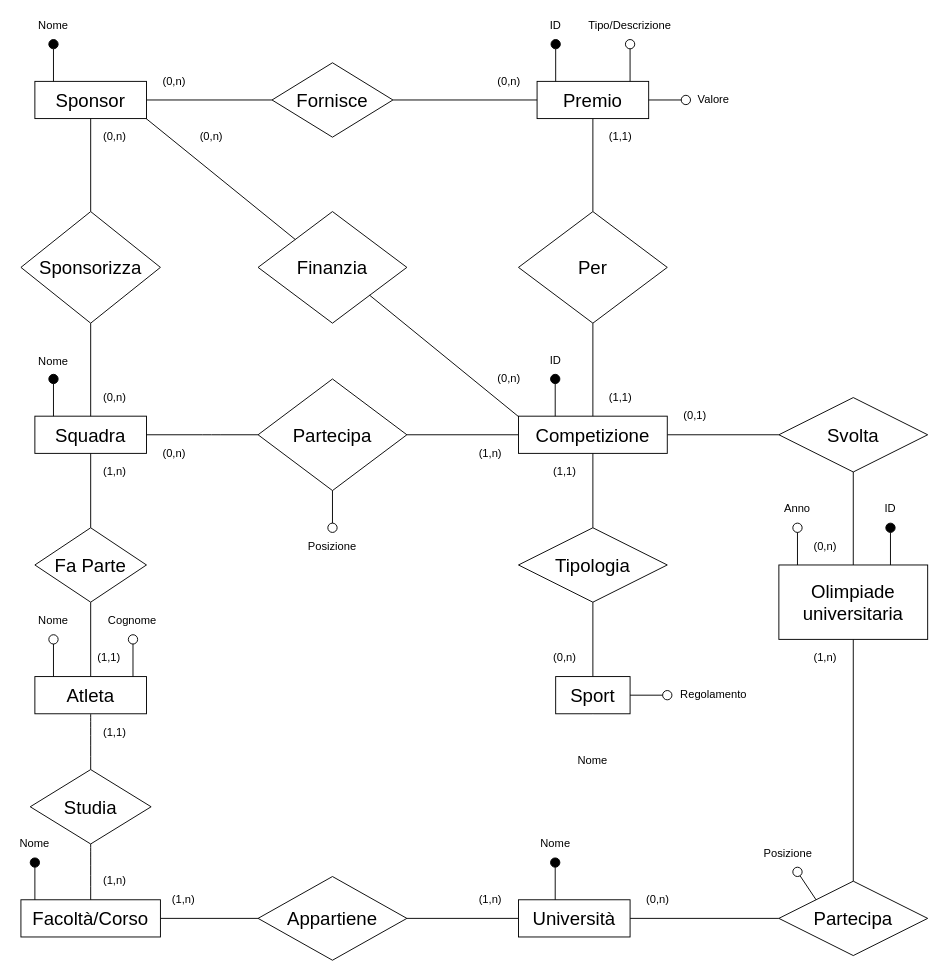
giovannivelludo/database-project keeps this draw.io diagram as page "Schema E-R" (1 of 2) of Olimpiadi Samuele.drawio. Above is the earlier version. Source tidied: cells renumbered, new cells numbered last; positions are measured from the earlier drawing's top-left corner, leaving out a move shared by most shapes. Both pictures are drawn from the tidied source at 93%, with x=0, y=0 at pixel (16, 16).
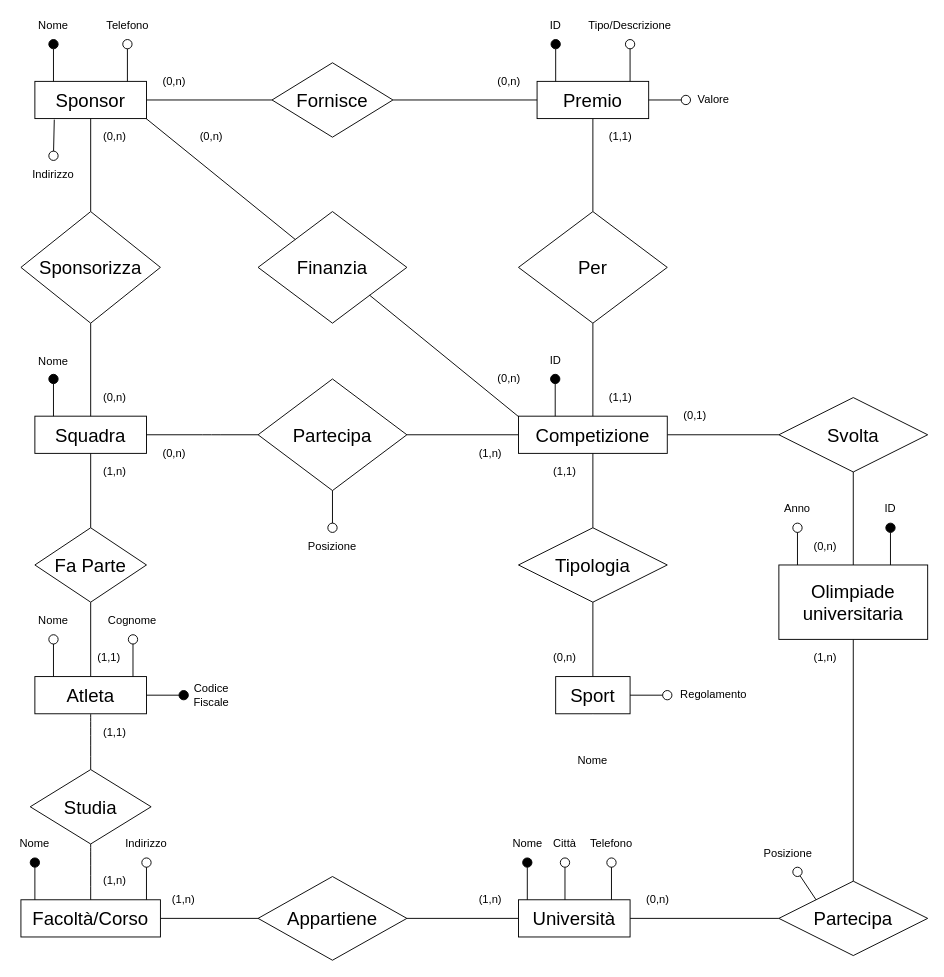
The same diagram, later.

Commit message:
Aggiunti altri attributi

Unchanged cells that the change refers to:
```xml
<mxCell id="16" value="Atleta" style="rounded=0;whiteSpace=wrap;html=1;fontSize=20;" parent="1" vertex="1">
  <mxGeometry x="20" y="710" width="120" height="40" as="geometry" />
</mxCell>
<mxCell id="29" value="&lt;font style=&quot;font-size: 20px&quot;&gt;Sponsor&lt;/font&gt;" style="rounded=0;whiteSpace=wrap;html=1;" parent="1" vertex="1">
  <mxGeometry x="20" y="70" width="120" height="40" as="geometry" />
</mxCell>
```

Change to the diagram source:
```diff
@@
     <mxCell id="72" style="endArrow=oval;html=1;endFill=1;endSize=10;" parent="1" edge="1">
       <mxGeometry relative="1" as="geometry">
-        <mxPoint x="579.5" y="950" as="sourcePoint" />
-        <mxPoint x="579.5" y="910" as="targetPoint" />
+        <mxPoint x="549.5" y="950" as="sourcePoint" />
+        <mxPoint x="549.5" y="910" as="targetPoint" />
       </mxGeometry>
     </mxCell>
     <mxCell id="73" value="Nome" style="text;html=1;strokeColor=none;fillColor=none;align=center;verticalAlign=middle;whiteSpace=wrap;rounded=0;" parent="1" vertex="1">
-      <mxGeometry x="560" y="880" width="40" height="20" as="geometry" />
+      <mxGeometry x="530" y="880" width="40" height="20" as="geometry" />
     </mxCell>
@@
+    <mxCell id="98" style="endArrow=oval;html=1;endFill=1;endSize=10;exitX=1;exitY=0.5;exitDx=0;exitDy=0;" parent="1" edge="1" source="16">
+      <mxGeometry relative="1" as="geometry">
+        <mxPoint x="180" y="730" as="targetPoint" />
+      </mxGeometry>
+    </mxCell>
+    <mxCell id="99" value="Codice&lt;br&gt;Fiscale" style="text;html=1;strokeColor=none;fillColor=none;align=center;verticalAlign=middle;whiteSpace=wrap;rounded=0;" parent="1" vertex="1">
+      <mxGeometry x="190" y="720" width="40" height="20" as="geometry" />
+    </mxCell>
+    <mxCell id="100" style="endArrow=oval;html=1;endFill=0;endSize=10;" parent="1" edge="1">
+      <mxGeometry relative="1" as="geometry">
+        <mxPoint x="590" y="950" as="sourcePoint" />
+        <mxPoint x="590" y="910" as="targetPoint" />
+      </mxGeometry>
+    </mxCell>
+    <mxCell id="101" value="Città" style="text;html=1;strokeColor=none;fillColor=none;align=center;verticalAlign=middle;whiteSpace=wrap;rounded=0;" parent="1" vertex="1">
+      <mxGeometry x="570" y="880" width="40" height="20" as="geometry" />
+    </mxCell>
+    <mxCell id="102" value="Telefono" style="text;html=1;strokeColor=none;fillColor=none;align=center;verticalAlign=middle;whiteSpace=wrap;rounded=0;" parent="1" vertex="1">
+      <mxGeometry x="620" y="880" width="40" height="20" as="geometry" />
+    </mxCell>
+    <mxCell id="103" style="endArrow=oval;html=1;endFill=0;endSize=10;" parent="1" edge="1">
+      <mxGeometry relative="1" as="geometry">
+        <mxPoint x="640" y="950" as="sourcePoint" />
+        <mxPoint x="640" y="910" as="targetPoint" />
+      </mxGeometry>
+    </mxCell>
+    <mxCell id="104" style="endArrow=oval;html=1;endFill=0;endSize=10;" parent="1" edge="1">
+      <mxGeometry relative="1" as="geometry">
+        <mxPoint x="140" y="950" as="sourcePoint" />
+        <mxPoint x="140" y="910" as="targetPoint" />
+      </mxGeometry>
+    </mxCell>
+    <mxCell id="105" value="Indirizzo" style="text;html=1;strokeColor=none;fillColor=none;align=center;verticalAlign=middle;whiteSpace=wrap;rounded=0;" parent="1" vertex="1">
+      <mxGeometry x="120" y="880" width="40" height="20" as="geometry" />
+    </mxCell>
+    <mxCell id="106" style="endArrow=oval;html=1;endFill=0;endSize=10;" parent="1" edge="1">
+      <mxGeometry relative="1" as="geometry">
+        <mxPoint x="119.5" y="70" as="sourcePoint" />
+        <mxPoint x="119.5" y="30" as="targetPoint" />
+      </mxGeometry>
+    </mxCell>
+    <mxCell id="107" value="Telefono" style="text;html=1;strokeColor=none;fillColor=none;align=center;verticalAlign=middle;whiteSpace=wrap;rounded=0;" parent="1" vertex="1">
+      <mxGeometry x="100" width="40" height="20" as="geometry" />
+    </mxCell>
+    <mxCell id="108" style="endArrow=oval;html=1;endFill=0;endSize=10;exitX=0.174;exitY=1.028;exitDx=0;exitDy=0;exitPerimeter=0;" parent="1" edge="1" source="29">
+      <mxGeometry relative="1" as="geometry">
+        <mxPoint x="40" y="150" as="targetPoint" />
+      </mxGeometry>
+    </mxCell>
+    <mxCell id="109" value="Indirizzo" style="text;html=1;strokeColor=none;fillColor=none;align=center;verticalAlign=middle;whiteSpace=wrap;rounded=0;" parent="1" vertex="1">
+      <mxGeometry x="20" y="160" width="40" height="20" as="geometry" />
+    </mxCell>
```
